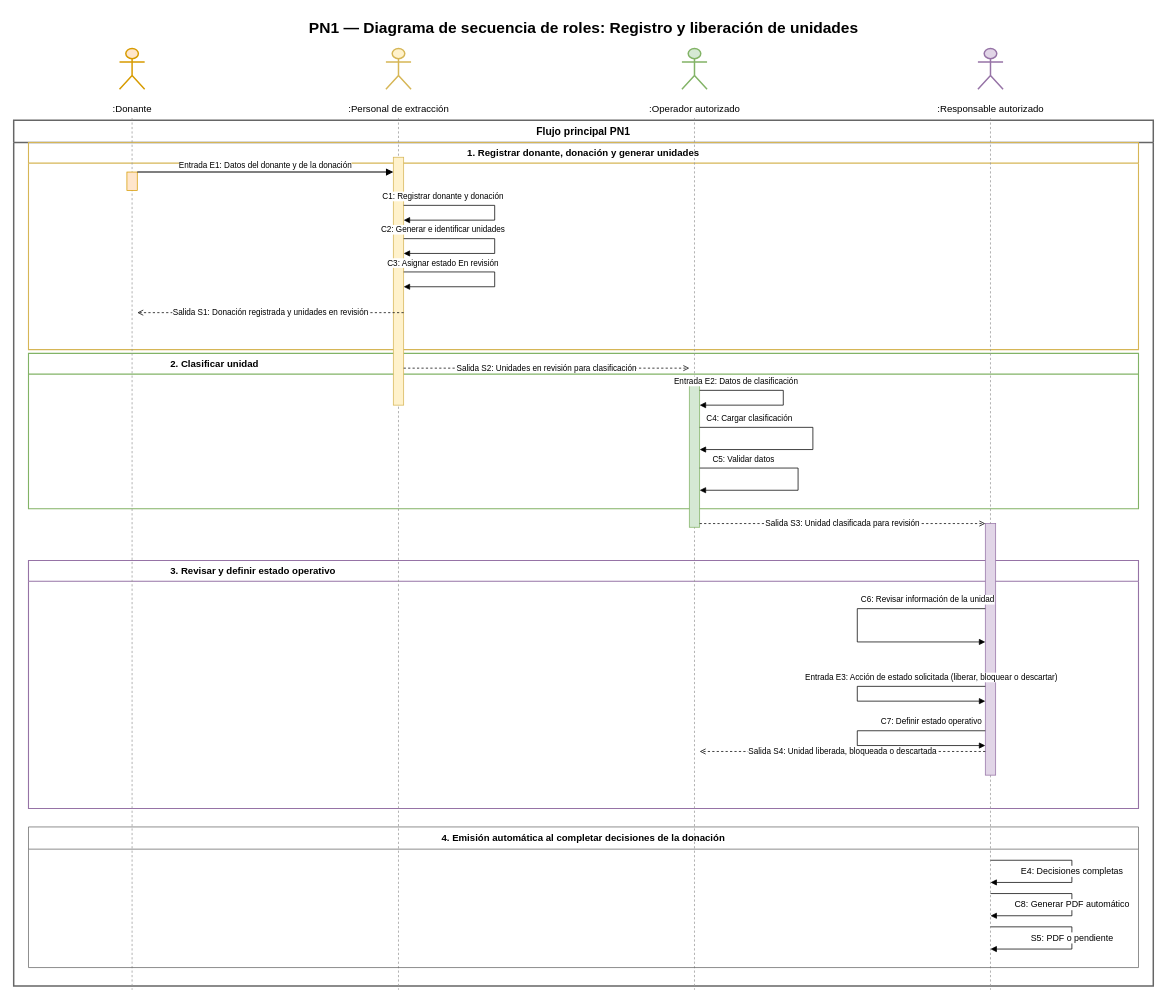
Above: Diagramas/Secuencia de Roles/PN1_DiagramaSecuenciaRoles.drawio in juanNH/Ingenieria-de-Software (draw.io), before the change. Source tidied: cells renumbered, new cells numbered last; positions are measured from the earlier drawing's top-left corner, leaving out a move shared by most shapes. Both pictures are drawn from the tidied source at 74%, with x=0, y=0 at pixel (13, 13).
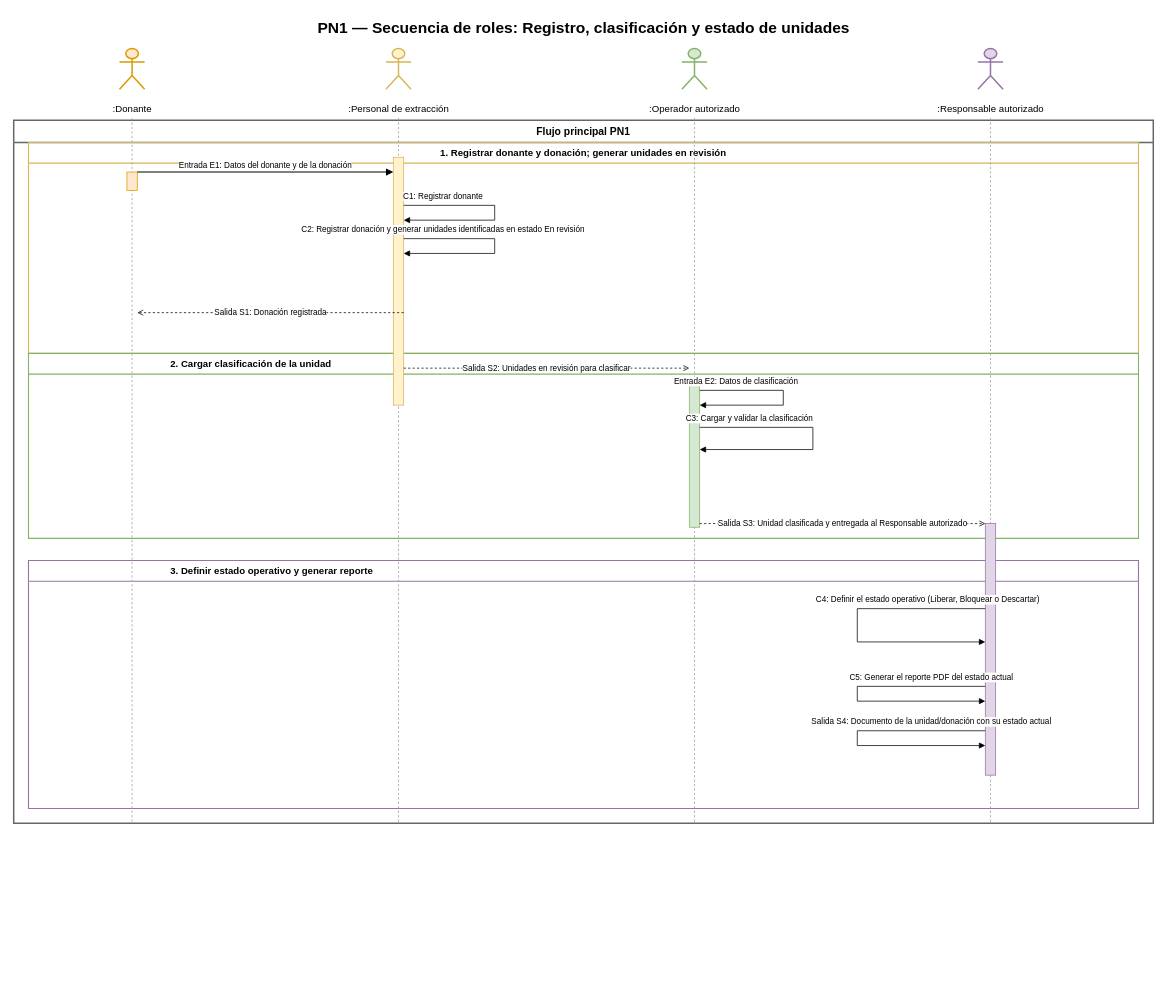
Above is the later version.

Diff of the diagram source:
```diff
@@
-    <mxCell id="2" value="PN1 — Diagrama de secuencia de roles: Registro y liberación de unidades" style="text;html=1;strokeColor=none;fillColor=none;fontStyle=1;fontSize=21;align=center;verticalAlign=middle;fontFamily=Arial;" parent="1" vertex="1">
+    <mxCell id="2" value="PN1 — Secuencia de roles: Registro, clasificación y estado de unidades" style="text;html=1;strokeColor=none;fillColor=none;fontStyle=1;fontSize=21;align=center;verticalAlign=middle;fontFamily=Arial;" parent="1" vertex="1">
       <mxGeometry x="130" width="1280" height="40" as="geometry" />
     </mxCell>
     <mxCell id="3" value="Flujo principal PN1" style="swimlane;startSize=30;horizontal=1;whiteSpace=wrap;html=1;fillColor=none;strokeColor=#666666;strokeWidth=2;fontStyle=1;fontSize=14;fontFamily=Arial;" parent="1" vertex="1">
-      <mxGeometry y="145" width="1540" height="1170" as="geometry" />
+      <mxGeometry y="145" width="1540" height="950" as="geometry" />
     </mxCell>
-    <mxCell id="4" value="1. Registrar donante, donación y generar unidades" style="swimlane;startSize=28;horizontal=1;whiteSpace=wrap;html=1;fillColor=none;strokeColor=#d6b656;strokeWidth=1.5;fontStyle=1;fontSize=13;fontFamily=Arial;" parent="1" vertex="1">
-      <mxGeometry x="20" y="175" width="1500" height="280" as="geometry" />
+    <mxCell id="4" value="1. Registrar donante y donación; generar unidades en revisión" style="swimlane;startSize=28;horizontal=1;whiteSpace=wrap;html=1;fillColor=none;strokeColor=#d6b656;strokeWidth=1.5;fontStyle=1;fontSize=13;fontFamily=Arial;" parent="1" vertex="1">
+      <mxGeometry x="20" y="175" width="1500" height="285" as="geometry" />
     </mxCell>
-    <mxCell id="5" value="2. Clasificar unidad" style="swimlane;startSize=28;horizontal=1;whiteSpace=wrap;html=1;fillColor=none;strokeColor=#82b366;strokeWidth=1.5;fontStyle=1;fontSize=13;fontFamily=Arial;align=left;spacingLeft=190;" parent="1" vertex="1">
-      <mxGeometry x="20" y="460" width="1500" height="210" as="geometry" />
+    <mxCell id="5" value="2. Cargar clasificación de la unidad" style="swimlane;startSize=28;horizontal=1;whiteSpace=wrap;html=1;fillColor=none;strokeColor=#82b366;strokeWidth=1.5;fontStyle=1;fontSize=13;fontFamily=Arial;align=left;spacingLeft=190;" parent="1" vertex="1">
+      <mxGeometry x="20" y="460" width="1500" height="250" as="geometry" />
     </mxCell>
-    <mxCell id="6" value="3. Revisar y definir estado operativo" style="swimlane;startSize=28;horizontal=1;whiteSpace=wrap;html=1;fillColor=none;strokeColor=#9673a6;strokeWidth=1.5;fontStyle=1;fontSize=13;fontFamily=Arial;align=left;spacingLeft=190;" parent="1" vertex="1">
+    <mxCell id="6" value="3. Definir estado operativo y generar reporte" style="swimlane;startSize=28;horizontal=1;whiteSpace=wrap;html=1;fillColor=none;strokeColor=#9673a6;strokeWidth=1.5;fontStyle=1;fontSize=13;fontFamily=Arial;align=left;spacingLeft=190;" parent="1" vertex="1">
       <mxGeometry x="20" y="740" width="1500" height="335" as="geometry" />
     </mxCell>
@@
     <mxCell id="15" style="endArrow=none;dashed=1;html=1;strokeColor=#999999;" parent="1" edge="1">
       <mxGeometry relative="1" as="geometry">
         <mxPoint x="160" y="142" as="sourcePoint" />
-        <mxPoint x="160" y="1320" as="targetPoint" />
+        <mxPoint x="160" y="1095" as="targetPoint" />
       </mxGeometry>
     </mxCell>
     <mxCell id="16" style="endArrow=none;dashed=1;html=1;strokeColor=#999999;" parent="1" edge="1">
       <mxGeometry relative="1" as="geometry">
         <mxPoint x="520" y="142" as="sourcePoint" />
-        <mxPoint x="520" y="1320" as="targetPoint" />
+        <mxPoint x="520" y="1095" as="targetPoint" />
       </mxGeometry>
     </mxCell>
     <mxCell id="17" style="endArrow=none;dashed=1;html=1;strokeColor=#999999;" parent="1" edge="1">
       <mxGeometry relative="1" as="geometry">
         <mxPoint x="920" y="142" as="sourcePoint" />
-        <mxPoint x="920" y="1320" as="targetPoint" />
+        <mxPoint x="920" y="1095" as="targetPoint" />
       </mxGeometry>
     </mxCell>
     <mxCell id="18" style="endArrow=none;dashed=1;html=1;strokeColor=#999999;" parent="1" edge="1">
       <mxGeometry relative="1" as="geometry">
         <mxPoint x="1320" y="142" as="sourcePoint" />
-        <mxPoint x="1320" y="1320" as="targetPoint" />
+        <mxPoint x="1320" y="1095" as="targetPoint" />
       </mxGeometry>
     </mxCell>
@@
-    <mxCell id="24" value="C1: Registrar donante y donación" style="endArrow=block;html=1;rounded=0;fontSize=11;fontFamily=Arial;labelBackgroundColor=#ffffff;" parent="1" edge="1">
+    <mxCell id="24" value="C1: Registrar donante" style="endArrow=block;html=1;rounded=0;fontSize=11;fontFamily=Arial;labelBackgroundColor=#ffffff;" parent="1" edge="1">
       <mxGeometry x="-0.6" relative="1" as="geometry">
         <mxPoint x="527" y="260" as="sourcePoint" />
         <mxPoint x="527" y="280" as="targetPoint" />
         <Array as="points">
           <mxPoint x="650" y="260" />
           <mxPoint x="650" y="280" />
         </Array>
         <mxPoint y="-12" as="offset" />
       </mxGeometry>
     </mxCell>
-    <mxCell id="25" value="C2: Generar e identificar unidades" style="endArrow=block;html=1;rounded=0;fontSize=11;fontFamily=Arial;labelBackgroundColor=#ffffff;" parent="1" edge="1">
+    <mxCell id="25" value="C2: Registrar donación y generar unidades identificadas en estado En revisión" style="endArrow=block;html=1;rounded=0;fontSize=11;fontFamily=Arial;labelBackgroundColor=#ffffff;" parent="1" edge="1">
       <mxGeometry x="-0.6" relative="1" as="geometry">
         <mxPoint x="527" y="305" as="sourcePoint" />
         <mxPoint x="527" y="325" as="targetPoint" />
         <Array as="points">
           <mxPoint x="650" y="305" />
           <mxPoint x="650" y="325" />
         </Array>
         <mxPoint y="-12" as="offset" />
       </mxGeometry>
     </mxCell>
-    <mxCell id="26" value="C3: Asignar estado En revisión" style="endArrow=block;html=1;rounded=0;fontSize=11;fontFamily=Arial;labelBackgroundColor=#ffffff;" parent="1" edge="1">
-      <mxGeometry x="-0.6" relative="1" as="geometry">
-        <mxPoint x="527" y="350" as="sourcePoint" />
-        <mxPoint x="527" y="370" as="targetPoint" />
-        <Array as="points">
-          <mxPoint x="650" y="350" />
-          <mxPoint x="650" y="370" />
-        </Array>
-        <mxPoint y="-12" as="offset" />
-      </mxGeometry>
-    </mxCell>
-    <mxCell id="27" value="Salida S1: Donación registrada y unidades en revisión" style="endArrow=open;endFill=0;html=1;rounded=0;dashed=1;fontSize=11;fontFamily=Arial;labelBackgroundColor=#ffffff;" parent="1" edge="1">
+    <mxCell id="27" value="Salida S1: Donación registrada" style="endArrow=open;endFill=0;html=1;rounded=0;dashed=1;fontSize=11;fontFamily=Arial;labelBackgroundColor=#ffffff;" parent="1" edge="1">
       <mxGeometry relative="1" as="geometry">
         <mxPoint x="527" y="405" as="sourcePoint" />
         <mxPoint x="167" y="405" as="targetPoint" />
       </mxGeometry>
     </mxCell>
-    <mxCell id="28" value="Salida S2: Unidades en revisión para clasificación" style="endArrow=open;endFill=0;html=1;rounded=0;dashed=1;fontSize=11;fontFamily=Arial;labelBackgroundColor=#ffffff;" parent="1" edge="1">
+    <mxCell id="28" value="Salida S2: Unidades en revisión para clasificar" style="endArrow=open;endFill=0;html=1;rounded=0;dashed=1;fontSize=11;fontFamily=Arial;labelBackgroundColor=#ffffff;" parent="1" edge="1">
       <mxGeometry relative="1" as="geometry">
         <mxPoint x="527" y="480" as="sourcePoint" />
         <mxPoint x="913" y="480" as="targetPoint" />
       </mxGeometry>
     </mxCell>
@@
-    <mxCell id="30" value="C4: Cargar clasificación" style="endArrow=block;html=1;rounded=0;fontSize=11;fontFamily=Arial;labelBackgroundColor=#ffffff;" parent="1" edge="1">
+    <mxCell id="30" value="C3: Cargar y validar la clasificación" style="endArrow=block;html=1;rounded=0;fontSize=11;fontFamily=Arial;labelBackgroundColor=#ffffff;" parent="1" edge="1">
       <mxGeometry x="-0.6" relative="1" as="geometry">
         <mxPoint x="927" y="560" as="sourcePoint" />
         <mxPoint x="927" y="590" as="targetPoint" />
         <Array as="points">
           <mxPoint x="1080" y="560" />
           <mxPoint x="1080" y="590" />
         </Array>
         <mxPoint y="-12" as="offset" />
       </mxGeometry>
     </mxCell>
-    <mxCell id="31" value="C5: Validar datos" style="endArrow=block;html=1;rounded=0;fontSize=11;fontFamily=Arial;labelBackgroundColor=#ffffff;" parent="1" edge="1">
-      <mxGeometry x="-0.6" relative="1" as="geometry">
-        <mxPoint x="927" y="615" as="sourcePoint" />
-        <mxPoint x="927" y="645" as="targetPoint" />
-        <Array as="points">
-          <mxPoint x="1060" y="615" />
-          <mxPoint x="1060" y="645" />
-        </Array>
-        <mxPoint y="-12" as="offset" />
-      </mxGeometry>
-    </mxCell>
-    <mxCell id="32" value="Salida S3: Unidad clasificada para revisión" style="endArrow=open;endFill=0;html=1;rounded=0;dashed=1;fontSize=11;fontFamily=Arial;labelBackgroundColor=#ffffff;" parent="1" edge="1">
+    <mxCell id="32" value="Salida S3: Unidad clasificada y entregada al Responsable autorizado" style="endArrow=open;endFill=0;html=1;rounded=0;dashed=1;fontSize=11;fontFamily=Arial;labelBackgroundColor=#ffffff;" parent="1" edge="1">
       <mxGeometry relative="1" as="geometry">
         <mxPoint x="927" y="690" as="sourcePoint" />
         <mxPoint x="1313" y="690" as="targetPoint" />
       </mxGeometry>
     </mxCell>
-    <mxCell id="33" value="C6: Revisar información de la unidad" style="endArrow=block;html=1;rounded=0;fontSize=11;fontFamily=Arial;labelBackgroundColor=#ffffff;" parent="1" edge="1">
+    <mxCell id="33" value="C4: Definir el estado operativo (Liberar, Bloquear o Descartar)" style="endArrow=block;html=1;rounded=0;fontSize=11;fontFamily=Arial;labelBackgroundColor=#ffffff;" parent="1" edge="1">
       <mxGeometry x="-0.6" relative="1" as="geometry">
         <mxPoint x="1313" y="805" as="sourcePoint" />
         <mxPoint x="1313" y="850" as="targetPoint" />
         <Array as="points">
           <mxPoint x="1140" y="805" />
           <mxPoint x="1140" y="850" />
         </Array>
         <mxPoint y="-12" as="offset" />
       </mxGeometry>
     </mxCell>
-    <mxCell id="34" value="Entrada E3: Acción de estado solicitada (liberar, bloquear o descartar)" style="endArrow=block;html=1;rounded=0;fontSize=11;fontFamily=Arial;labelBackgroundColor=#ffffff;" parent="1" edge="1">
+    <mxCell id="34" value="C5: Generar el reporte PDF del estado actual" style="endArrow=block;html=1;rounded=0;fontSize=11;fontFamily=Arial;labelBackgroundColor=#ffffff;" parent="1" edge="1">
       <mxGeometry x="-0.6" relative="1" as="geometry">
         <mxPoint x="1313" y="910" as="sourcePoint" />
         <mxPoint x="1313" y="930" as="targetPoint" />
         <Array as="points">
           <mxPoint x="1140" y="910" />
           <mxPoint x="1140" y="930" />
         </Array>
         <mxPoint y="-12" as="offset" />
       </mxGeometry>
     </mxCell>
-    <mxCell id="35" value="C7: Definir estado operativo" style="endArrow=block;html=1;rounded=0;fontSize=11;fontFamily=Arial;labelBackgroundColor=#ffffff;" parent="1" edge="1">
+    <mxCell id="35" value="Salida S4: Documento de la unidad/donación con su estado actual" style="endArrow=block;html=1;rounded=0;fontSize=11;fontFamily=Arial;labelBackgroundColor=#ffffff;" parent="1" edge="1">
       <mxGeometry x="-0.6" relative="1" as="geometry">
         <mxPoint x="1313" y="970" as="sourcePoint" />
         <mxPoint x="1313" y="990" as="targetPoint" />
         <Array as="points">
           <mxPoint x="1140" y="970" />
           <mxPoint x="1140" y="990" />
         </Array>
         <mxPoint y="-12" as="offset" />
       </mxGeometry>
     </mxCell>
-    <mxCell id="36" value="Salida S4: Unidad liberada, bloqueada o descartada" style="endArrow=open;endFill=0;html=1;rounded=0;dashed=1;fontSize=11;fontFamily=Arial;labelBackgroundColor=#ffffff;" parent="1" edge="1">
-      <mxGeometry relative="1" as="geometry">
-        <mxPoint x="1313" y="998" as="sourcePoint" />
-        <mxPoint x="927" y="998" as="targetPoint" />
-      </mxGeometry>
-    </mxCell>
-    <mxCell id="37" value="4. Emisión automática al completar decisiones de la donación" style="swimlane;startSize=30;horizontal=1;whiteSpace=wrap;html=1;fillColor=none;strokeColor=#666666;fontStyle=1;fontSize=13;" parent="1" vertex="1">
-      <mxGeometry x="20" y="1100" width="1500" height="190" as="geometry" />
-    </mxCell>
-    <mxCell id="38" value="E4: Decisiones completas" style="endArrow=block;html=1;rounded=0;fontSize=12;fontFamily=Arial;labelBackgroundColor=#ffffff;" parent="1" edge="1">
-      <mxGeometry relative="1" as="geometry">
-        <mxPoint x="1320" y="1145" as="sourcePoint" />
-        <mxPoint x="1320" y="1175" as="targetPoint" />
-        <Array as="points">
-          <mxPoint x="1430" y="1145" />
-          <mxPoint x="1430" y="1175" />
-        </Array>
-      </mxGeometry>
-    </mxCell>
-    <mxCell id="39" value="C8: Generar PDF automático" style="endArrow=block;html=1;rounded=0;fontSize=12;fontFamily=Arial;labelBackgroundColor=#ffffff;" parent="1" edge="1">
-      <mxGeometry relative="1" as="geometry">
-        <mxPoint x="1320" y="1190" as="sourcePoint" />
-        <mxPoint x="1320" y="1220" as="targetPoint" />
-        <Array as="points">
-          <mxPoint x="1430" y="1190" />
-          <mxPoint x="1430" y="1220" />
-        </Array>
-      </mxGeometry>
-    </mxCell>
-    <mxCell id="40" value="S5: PDF o pendiente" style="endArrow=block;html=1;rounded=0;fontSize=12;fontFamily=Arial;labelBackgroundColor=#ffffff;" parent="1" edge="1">
-      <mxGeometry relative="1" as="geometry">
-        <mxPoint x="1320" y="1235" as="sourcePoint" />
-        <mxPoint x="1320" y="1265" as="targetPoint" />
-        <Array as="points">
-          <mxPoint x="1430" y="1235" />
-          <mxPoint x="1430" y="1265" />
-        </Array>
-      </mxGeometry>
-    </mxCell>
```
